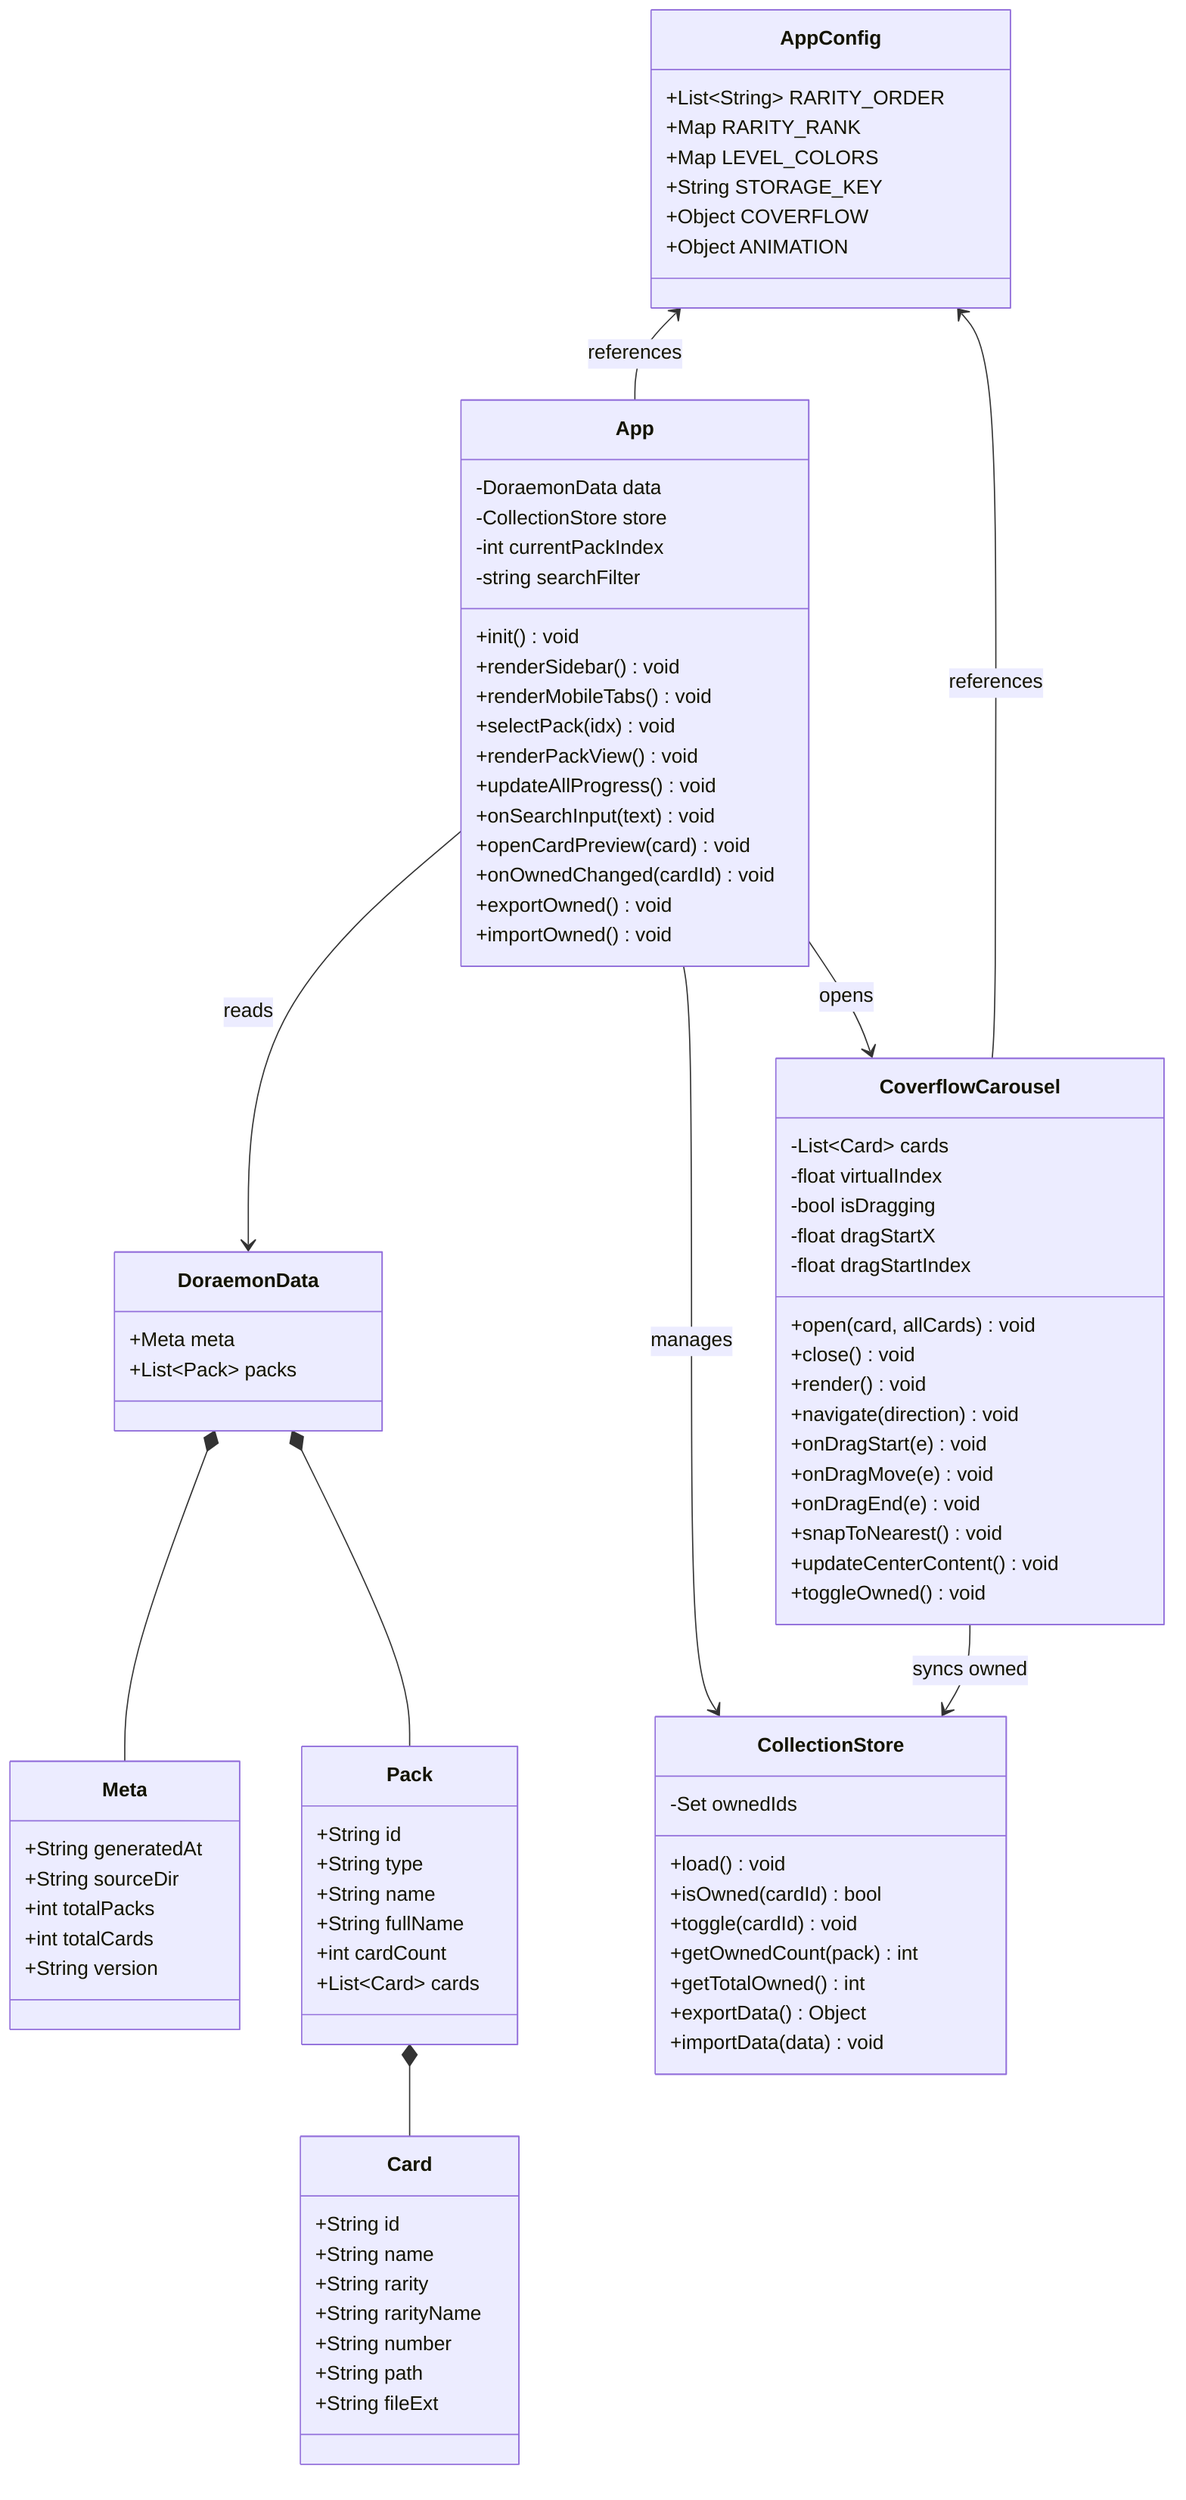
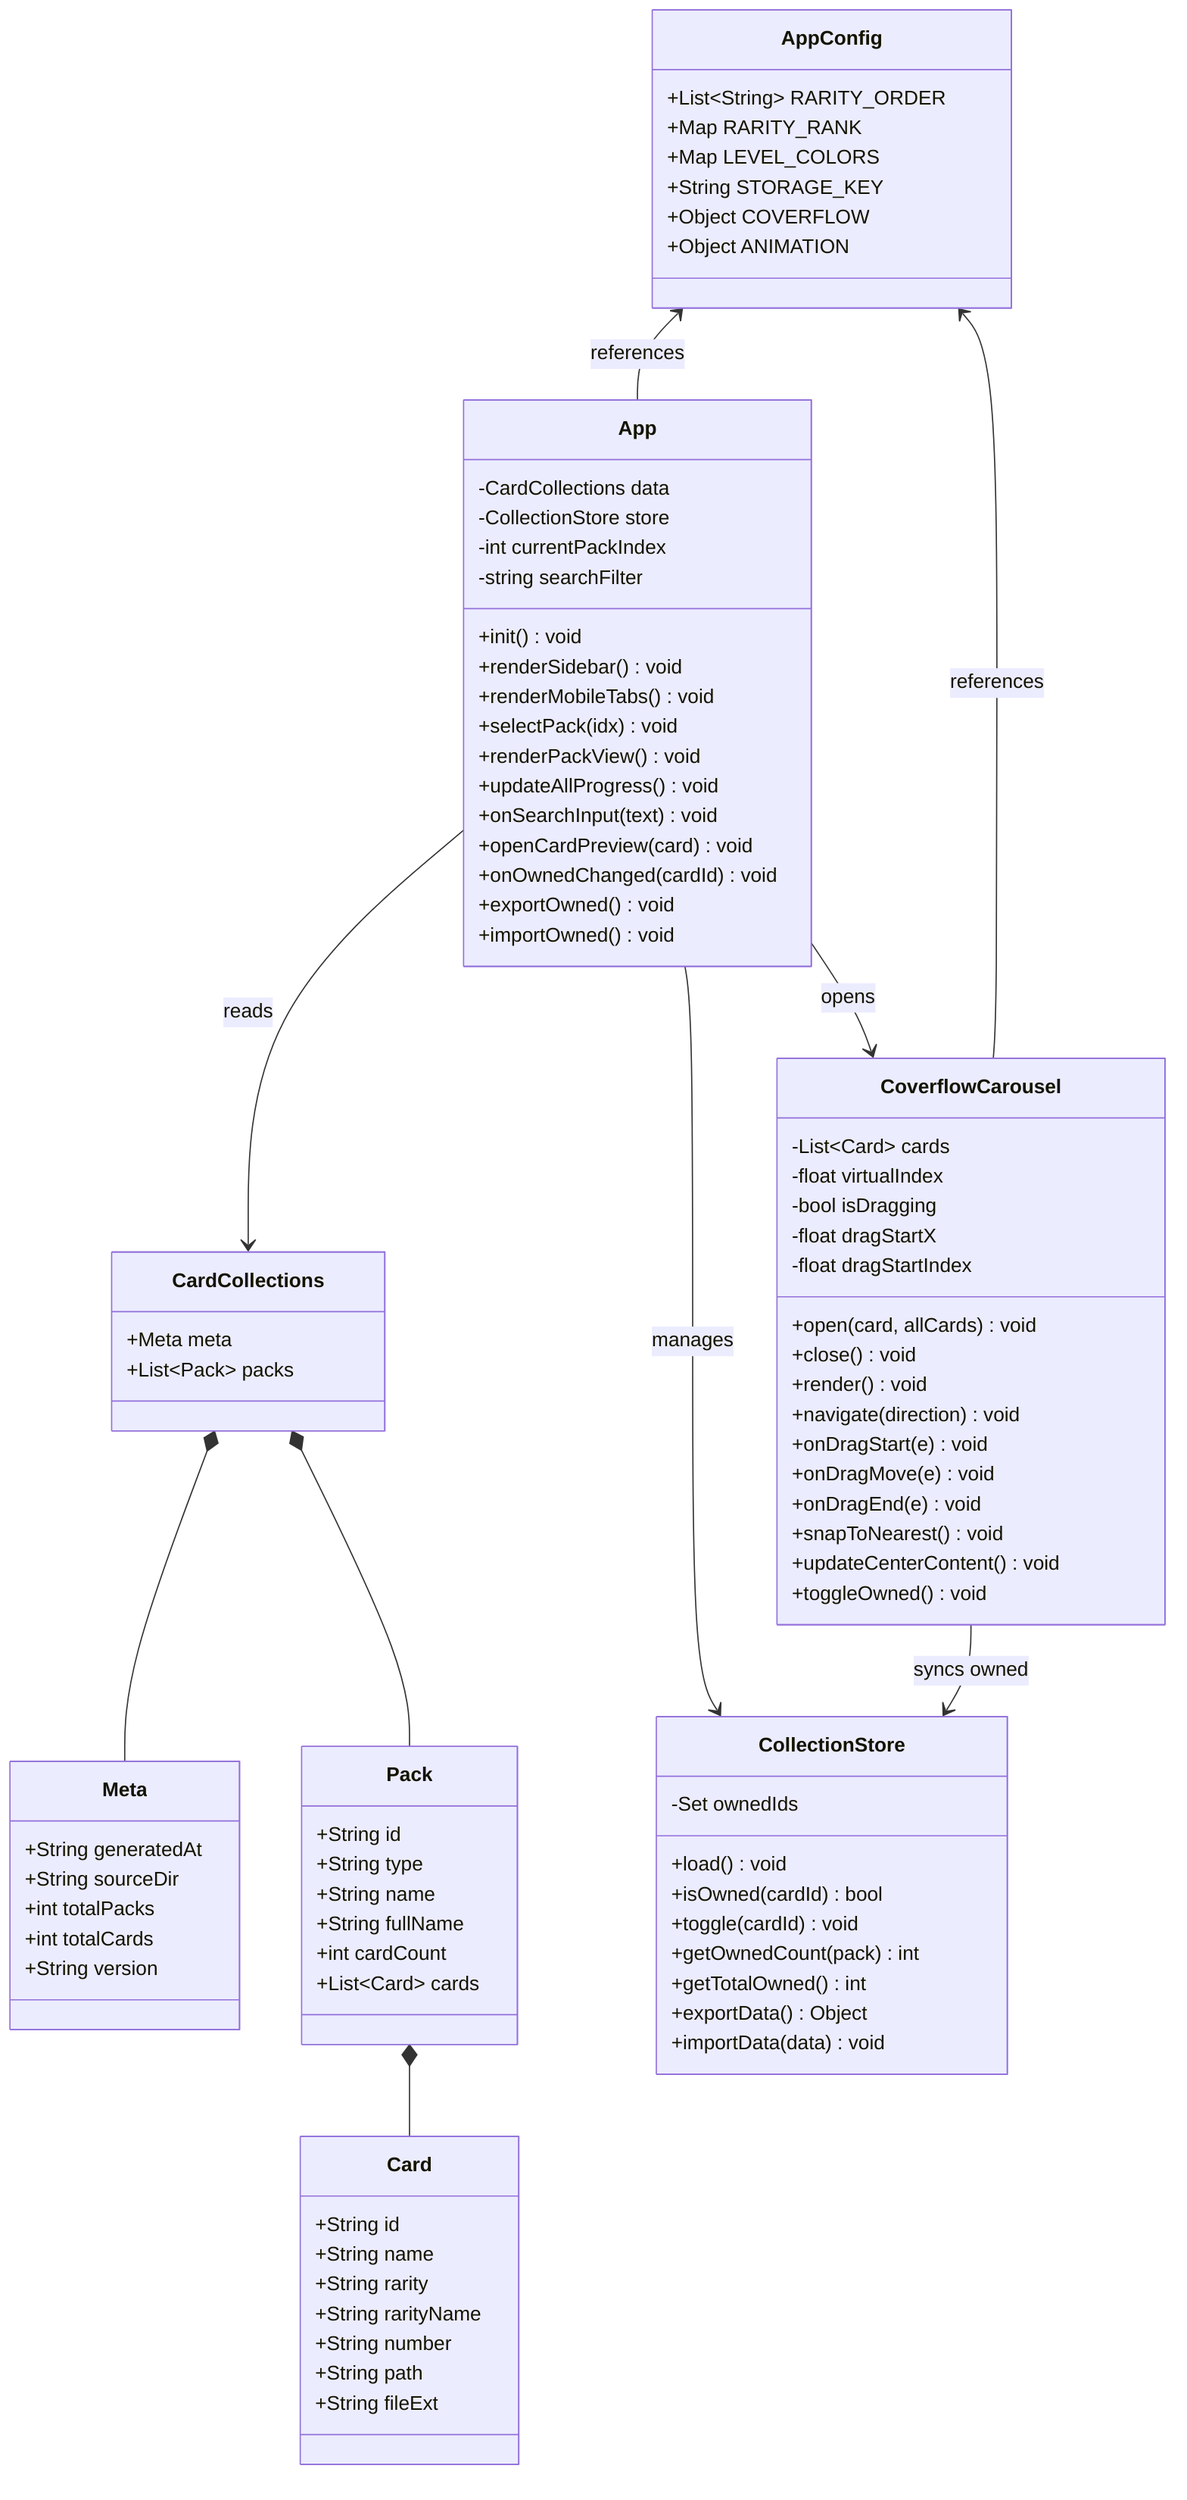
classDiagram
-     class DoraemonData {
+     class CardCollections {
        +Meta meta
        +List~Pack~ packs
    }

    class Meta {
        +String generatedAt
        +String sourceDir
        +int totalPacks
        +int totalCards
        +String version
    }

    class Pack {
        +String id
        +String type
        +String name
        +String fullName
        +int cardCount
        +List~Card~ cards
    }

    class Card {
        +String id
        +String name
        +String rarity
        +String rarityName
        +String number
        +String path
        +String fileExt
    }

    class AppConfig {
        +List~String~ RARITY_ORDER
        +Map RARITY_RANK
        +Map LEVEL_COLORS
        +String STORAGE_KEY
        +Object COVERFLOW
        +Object ANIMATION
    }

    class CollectionStore {
        -Set ownedIds
        +load() void
        +isOwned(cardId) bool
        +toggle(cardId) void
        +getOwnedCount(pack) int
        +getTotalOwned() int
        +exportData() Object
        +importData(data) void
    }

    class App {
-         -DoraemonData data
+         -CardCollections data
        -CollectionStore store
        -int currentPackIndex
        -string searchFilter
        +init() void
        +renderSidebar() void
        +renderMobileTabs() void
        +selectPack(idx) void
        +renderPackView() void
        +updateAllProgress() void
        +onSearchInput(text) void
        +openCardPreview(card) void
        +onOwnedChanged(cardId) void
        +exportOwned() void
        +importOwned() void
    }

    class CoverflowCarousel {
        -List~Card~ cards
        -float virtualIndex
        -bool isDragging
        -float dragStartX
        -float dragStartIndex
        +open(card, allCards) void
        +close() void
        +render() void
        +navigate(direction) void
        +onDragStart(e) void
        +onDragMove(e) void
        +onDragEnd(e) void
        +snapToNearest() void
        +updateCenterContent() void
        +toggleOwned() void
    }

-     DoraemonData *-- Meta
-     DoraemonData *-- Pack
+     CardCollections *-- Meta
+     CardCollections *-- Pack
    Pack *-- Card
-     App --> DoraemonData : reads
+     App --> CardCollections : reads
    App --> CollectionStore : manages
    App --> CoverflowCarousel : opens
    CoverflowCarousel --> CollectionStore : syncs owned
    AppConfig <-- App : references
    AppConfig <-- CoverflowCarousel : references
